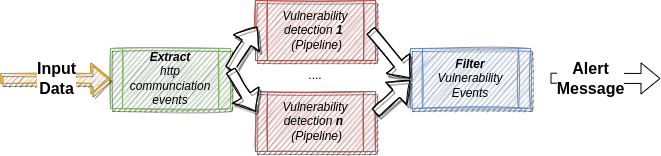
michalbiesek/http-header-appscope keeps this draw.io diagram as pic2.png. Above is the earlier version. Source tidied: cells renumbered, new cells last; positions are measured from the earlier drawing's top-left corner, leaving out a move shared by most shapes. Its diagram source:
```xml
<mxGraphModel>
  <root>
    <mxCell id="0" />
    <mxCell id="1" parent="0" />
    <mxCell id="2" value="&lt;i&gt;Vulnerability detection &lt;b&gt;1&lt;/b&gt;&amp;nbsp;&lt;br&gt;&amp;nbsp;(Pipeline)&lt;/i&gt;" style="shape=process;whiteSpace=wrap;html=1;backgroundOutline=1;fillColor=#f8cecc;strokeColor=#b85450;shadow=1;sketch=1;" parent="1" vertex="1">
      <mxGeometry x="255" width="120" height="60" as="geometry" />
    </mxCell>
    <mxCell id="3" value="&lt;i&gt;Vulnerability detection &lt;b&gt;n&lt;/b&gt;&amp;nbsp;&lt;br&gt;&amp;nbsp;(Pipeline)&lt;/i&gt;" style="shape=process;whiteSpace=wrap;html=1;backgroundOutline=1;fillColor=#f8cecc;strokeColor=#b85450;shadow=1;sketch=1;" parent="1" vertex="1">
      <mxGeometry x="255" y="91" width="120" height="60" as="geometry" />
    </mxCell>
    <mxCell id="4" value="...." style="text;html=1;strokeColor=none;fillColor=none;align=center;verticalAlign=middle;whiteSpace=wrap;rounded=0;" parent="1" vertex="1">
      <mxGeometry x="285" y="60" width="60" height="30" as="geometry" />
    </mxCell>
    <mxCell id="5" value="&lt;i&gt;&lt;b&gt;Extract&lt;br&gt;&lt;/b&gt;http communciation events&lt;/i&gt;" style="shape=process;whiteSpace=wrap;html=1;backgroundOutline=1;fillColor=#d5e8d4;strokeColor=#82b366;shadow=1;sketch=1;" parent="1" vertex="1">
      <mxGeometry x="110" y="48" width="120" height="60" as="geometry" />
    </mxCell>
    <mxCell id="6" value="&lt;i&gt;&lt;b&gt;Filter&lt;br&gt;&lt;/b&gt;Vulnerability Events&lt;br&gt;&lt;/i&gt;" style="shape=process;whiteSpace=wrap;html=1;backgroundOutline=1;shadow=1;sketch=1;fillColor=#dae8fc;strokeColor=#6c8ebf;" parent="1" vertex="1">
      <mxGeometry x="410" y="48" width="120" height="60" as="geometry" />
    </mxCell>
    <mxCell id="7" style="shape=flexArrow;endArrow=classic;html=1;rounded=0;entryX=0;entryY=0.5;entryDx=0;entryDy=0;shadow=1;fillColor=#ffe6cc;strokeColor=#d79b00;gradientColor=none;sketch=1;" parent="1" edge="1" target="5">
      <mxGeometry relative="1" as="geometry">
        <mxPoint y="78" as="sourcePoint" />
      </mxGeometry>
    </mxCell>
    <mxCell id="8" value="&lt;font style=&quot;font-size: 16px&quot;&gt;&lt;b&gt;Input&lt;br&gt;Data&lt;/b&gt;&lt;/font&gt;" style="edgeLabel;html=1;align=center;verticalAlign=middle;" parent="7" vertex="1">
      <mxGeometry x="-0.63" relative="1" as="geometry">
        <mxPoint x="35" as="offset" />
      </mxGeometry>
    </mxCell>
    <mxCell id="9" style="shape=flexArrow;endArrow=classic;html=1;rounded=0;exitX=0;exitY=0.5;exitDx=0;exitDy=0;" parent="1" edge="1">
      <mxGeometry relative="1" as="geometry">
        <mxPoint x="550" y="77.7" as="sourcePoint" />
        <mxPoint x="660" y="78" as="targetPoint" />
      </mxGeometry>
    </mxCell>
    <mxCell id="10" value="&lt;span style=&quot;font-size: 16px&quot;&gt;&lt;b&gt;Alert&lt;br&gt;Message&lt;br&gt;&lt;/b&gt;&lt;/span&gt;" style="edgeLabel;html=1;align=center;verticalAlign=middle;" parent="9" vertex="1">
      <mxGeometry x="-0.63" relative="1" as="geometry">
        <mxPoint x="19" as="offset" />
      </mxGeometry>
    </mxCell>
    <mxCell id="11" style="shape=flexArrow;endArrow=classic;html=1;rounded=0;shadow=1;sketch=1;fontSize=16;fillColor=default;gradientColor=none;entryX=0;entryY=0.5;entryDx=0;entryDy=0;" parent="1" edge="1" target="6">
      <mxGeometry relative="1" as="geometry">
        <mxPoint x="370" y="30" as="sourcePoint" />
      </mxGeometry>
    </mxCell>
    <mxCell id="12" style="shape=flexArrow;endArrow=classic;html=1;rounded=0;shadow=1;sketch=1;fontSize=16;fillColor=default;gradientColor=none;exitX=0.999;exitY=0.357;exitDx=0;exitDy=0;exitPerimeter=0;" parent="1" edge="1" source="3">
      <mxGeometry relative="1" as="geometry">
        <mxPoint x="410" y="80" as="targetPoint" />
      </mxGeometry>
    </mxCell>
    <mxCell id="13" style="shape=flexArrow;endArrow=classic;html=1;rounded=0;shadow=1;sketch=1;fontSize=16;fillColor=default;gradientColor=none;exitX=0.993;exitY=0.35;exitDx=0;exitDy=0;exitPerimeter=0;entryX=0.013;entryY=0.436;entryDx=0;entryDy=0;entryPerimeter=0;" parent="1" edge="1" source="5" target="2">
      <mxGeometry relative="1" as="geometry" />
    </mxCell>
    <mxCell id="14" style="shape=flexArrow;endArrow=classic;html=1;rounded=0;shadow=1;sketch=1;fontSize=16;fillColor=default;gradientColor=none;entryX=0.004;entryY=0.338;entryDx=0;entryDy=0;entryPerimeter=0;" parent="1" edge="1" target="3">
      <mxGeometry relative="1" as="geometry">
        <mxPoint x="230" y="70" as="sourcePoint" />
      </mxGeometry>
    </mxCell>
  </root>
</mxGraphModel>
```
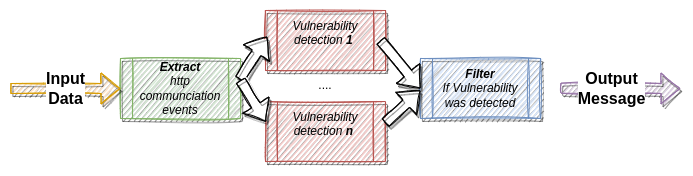
Later version of the same file.

What changed in the source:
```diff
@@ -2,10 +2,10 @@
   <root>
     <mxCell id="0" />
     <mxCell id="1" parent="0" />
-    <mxCell id="2" value="&lt;i&gt;Vulnerability detection &lt;b&gt;1&lt;/b&gt;&amp;nbsp;&lt;br&gt;&amp;nbsp;(Pipeline)&lt;/i&gt;" style="shape=process;whiteSpace=wrap;html=1;backgroundOutline=1;fillColor=#f8cecc;strokeColor=#b85450;shadow=1;sketch=1;" parent="1" vertex="1">
+    <mxCell id="2" value="&lt;i&gt;Vulnerability detection &lt;b&gt;1&lt;/b&gt;&amp;nbsp;&lt;br&gt;&amp;nbsp;&lt;/i&gt;" style="shape=process;whiteSpace=wrap;html=1;backgroundOutline=1;fillColor=#f8cecc;strokeColor=#b85450;shadow=1;sketch=1;" parent="1" vertex="1">
       <mxGeometry x="255" width="120" height="60" as="geometry" />
     </mxCell>
-    <mxCell id="3" value="&lt;i&gt;Vulnerability detection &lt;b&gt;n&lt;/b&gt;&amp;nbsp;&lt;br&gt;&amp;nbsp;(Pipeline)&lt;/i&gt;" style="shape=process;whiteSpace=wrap;html=1;backgroundOutline=1;fillColor=#f8cecc;strokeColor=#b85450;shadow=1;sketch=1;" parent="1" vertex="1">
+    <mxCell id="3" value="&lt;i&gt;Vulnerability detection &lt;b&gt;n&lt;/b&gt;&amp;nbsp;&lt;br&gt;&amp;nbsp;&lt;/i&gt;" style="shape=process;whiteSpace=wrap;html=1;backgroundOutline=1;fillColor=#f8cecc;strokeColor=#b85450;shadow=1;sketch=1;" parent="1" vertex="1">
       <mxGeometry x="255" y="91" width="120" height="60" as="geometry" />
     </mxCell>
     <mxCell id="4" value="...." style="text;html=1;strokeColor=none;fillColor=none;align=center;verticalAlign=middle;whiteSpace=wrap;rounded=0;" parent="1" vertex="1">
@@ -14,7 +14,7 @@
     <mxCell id="5" value="&lt;i&gt;&lt;b&gt;Extract&lt;br&gt;&lt;/b&gt;http communciation events&lt;/i&gt;" style="shape=process;whiteSpace=wrap;html=1;backgroundOutline=1;fillColor=#d5e8d4;strokeColor=#82b366;shadow=1;sketch=1;" parent="1" vertex="1">
       <mxGeometry x="110" y="48" width="120" height="60" as="geometry" />
     </mxCell>
-    <mxCell id="6" value="&lt;i&gt;&lt;b&gt;Filter&lt;br&gt;&lt;/b&gt;Vulnerability Events&lt;br&gt;&lt;/i&gt;" style="shape=process;whiteSpace=wrap;html=1;backgroundOutline=1;shadow=1;sketch=1;fillColor=#dae8fc;strokeColor=#6c8ebf;" parent="1" vertex="1">
+    <mxCell id="6" value="&lt;i&gt;&lt;b&gt;Filter&lt;br&gt;&lt;/b&gt;If Vulnerability was detected&lt;br&gt;&lt;/i&gt;" style="shape=process;whiteSpace=wrap;html=1;backgroundOutline=1;shadow=1;sketch=1;fillColor=#dae8fc;strokeColor=#6c8ebf;" parent="1" vertex="1">
       <mxGeometry x="410" y="48" width="120" height="60" as="geometry" />
     </mxCell>
     <mxCell id="7" style="shape=flexArrow;endArrow=classic;html=1;rounded=0;entryX=0;entryY=0.5;entryDx=0;entryDy=0;shadow=1;fillColor=#ffe6cc;strokeColor=#d79b00;gradientColor=none;sketch=1;" parent="1" edge="1" target="5">
@@ -27,15 +27,15 @@
         <mxPoint x="35" as="offset" />
       </mxGeometry>
     </mxCell>
-    <mxCell id="9" style="shape=flexArrow;endArrow=classic;html=1;rounded=0;exitX=0;exitY=0.5;exitDx=0;exitDy=0;" parent="1" edge="1">
+    <mxCell id="9" style="shape=flexArrow;endArrow=classic;html=1;rounded=0;exitX=0;exitY=0.5;exitDx=0;exitDy=0;fillColor=#e1d5e7;strokeColor=#9673a6;shadow=1;sketch=1;" parent="1" edge="1">
       <mxGeometry relative="1" as="geometry">
         <mxPoint x="550" y="77.7" as="sourcePoint" />
-        <mxPoint x="660" y="78" as="targetPoint" />
+        <mxPoint x="670" y="78" as="targetPoint" />
       </mxGeometry>
     </mxCell>
-    <mxCell id="10" value="&lt;span style=&quot;font-size: 16px&quot;&gt;&lt;b&gt;Alert&lt;br&gt;Message&lt;br&gt;&lt;/b&gt;&lt;/span&gt;" style="edgeLabel;html=1;align=center;verticalAlign=middle;" parent="9" vertex="1">
+    <mxCell id="10" value="&lt;span style=&quot;font-size: 16px&quot;&gt;&lt;b&gt;Output&lt;br&gt;Message&lt;br&gt;&lt;/b&gt;&lt;/span&gt;" style="edgeLabel;html=1;align=center;verticalAlign=middle;" parent="9" vertex="1">
       <mxGeometry x="-0.63" relative="1" as="geometry">
-        <mxPoint x="19" as="offset" />
+        <mxPoint x="29" as="offset" />
       </mxGeometry>
     </mxCell>
     <mxCell id="11" style="shape=flexArrow;endArrow=classic;html=1;rounded=0;shadow=1;sketch=1;fontSize=16;fillColor=default;gradientColor=none;entryX=0;entryY=0.5;entryDx=0;entryDy=0;" parent="1" edge="1" target="6">
```
